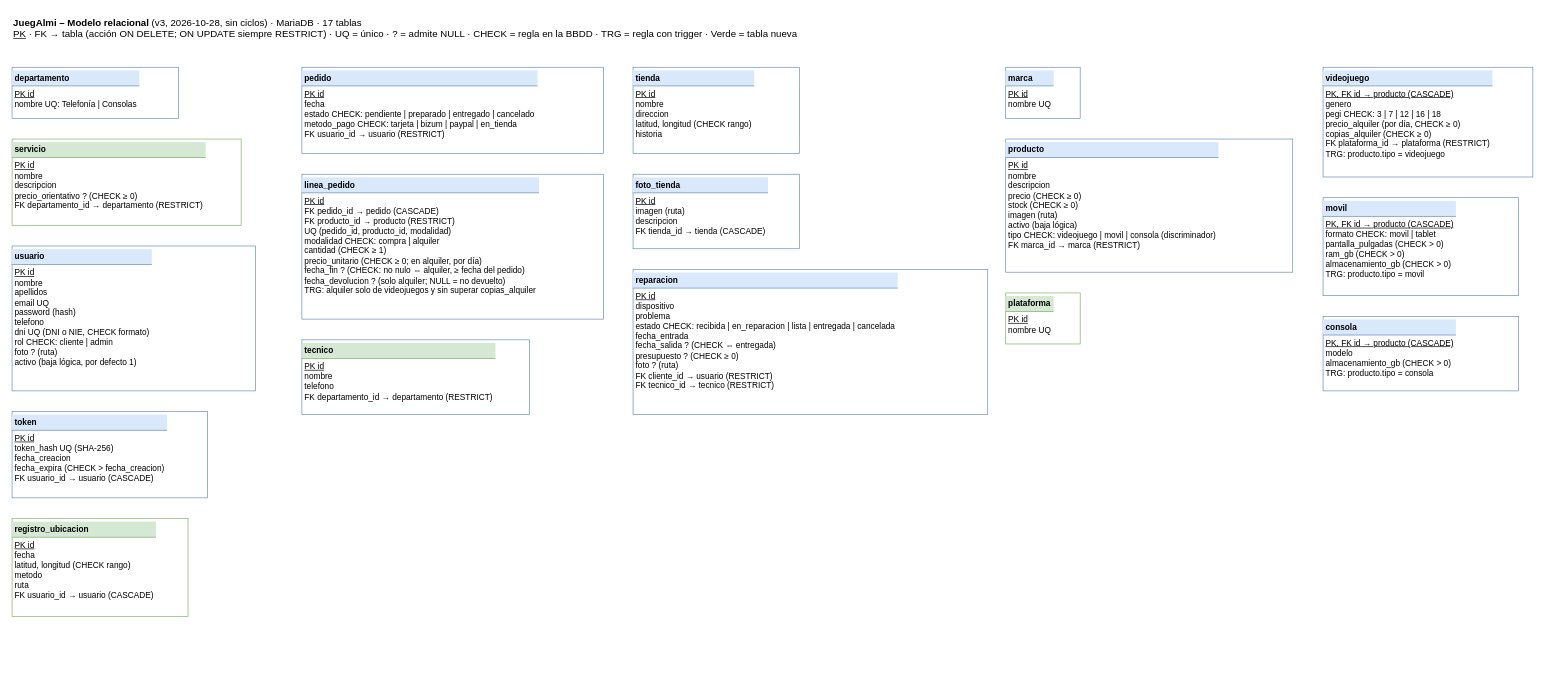
landerdam-lab/JuegalmiDam2 keeps this draw.io diagram as page "Modelo relacional" (2 of 2) of docs/er-juegalmi.drawio. Above is the earlier version. Source tidied: cells renumbered, new cells numbered last; positions are measured from the earlier drawing's top-left corner, leaving out a move shared by most shapes. Both pictures are drawn from the tidied source at 69%, with x=0, y=0 at pixel (12, 12).
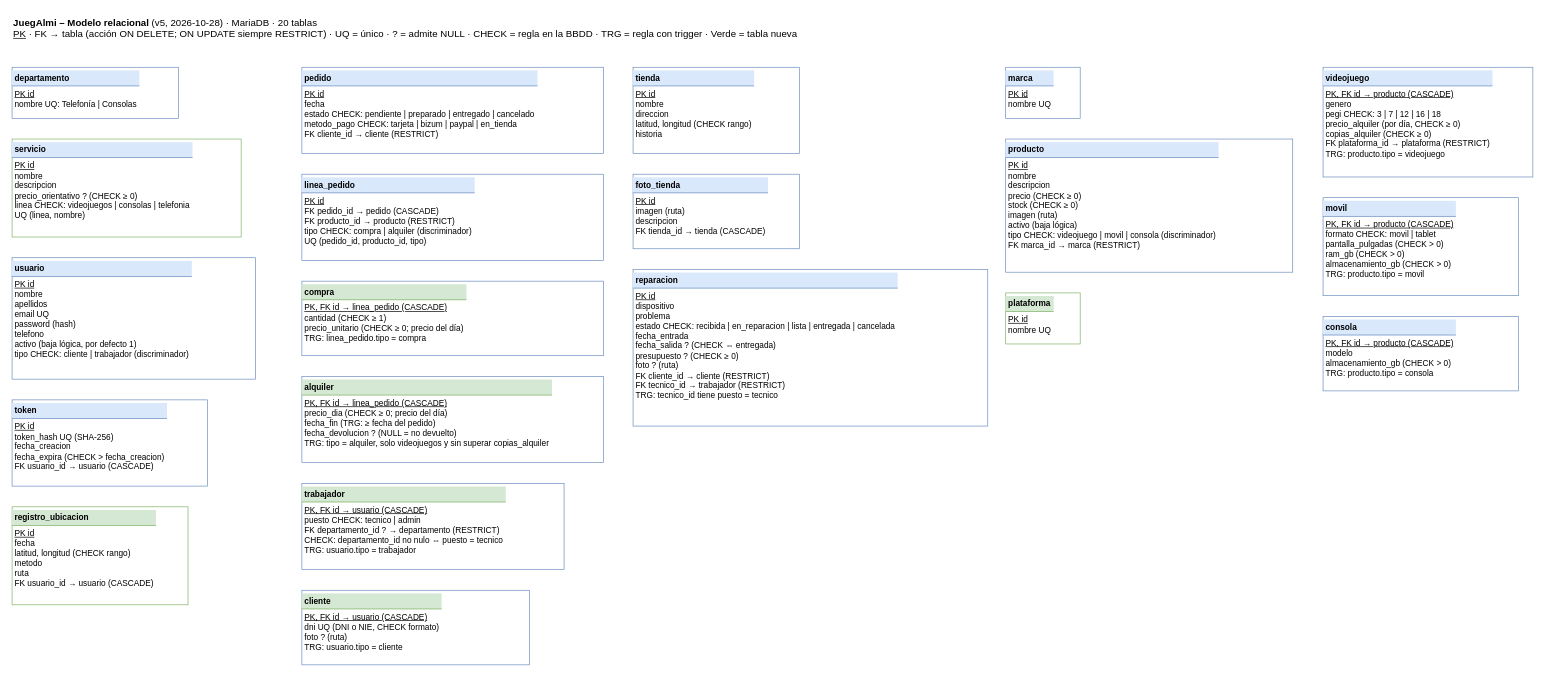
The same page after the edit.

Commit message (it also covers changes not shown here):
Modelo de datos v5: subtipos cliente/trabajador y compra/alquiler (ADR-032, ADR-033)

The edit, as a diff of the source:
```diff
@@
-    <mxCell id="2" value="&lt;b&gt;JuegAlmi – Modelo relacional&lt;/b&gt; (v3, 2026-10-28, sin ciclos) · MariaDB · 17 tablas&lt;br&gt;&lt;u&gt;PK&lt;/u&gt; · FK → tabla (acción ON DELETE; ON UPDATE siempre RESTRICT) · UQ = único · ? = admite NULL · CHECK = regla en la BBDD · TRG = regla con trigger · Verde = tabla nueva" style="text;html=1;align=left;verticalAlign=top;fontSize=14;" parent="1" vertex="1">
+    <mxCell id="2" value="&lt;b&gt;JuegAlmi – Modelo relacional&lt;/b&gt; (v5, 2026-10-28) · MariaDB · 20 tablas&lt;br&gt;&lt;u&gt;PK&lt;/u&gt; · FK → tabla (acción ON DELETE; ON UPDATE siempre RESTRICT) · UQ = único · ? = admite NULL · CHECK = regla en la BBDD · TRG = regla con trigger · Verde = tabla nueva" style="text;html=1;align=left;verticalAlign=top;fontSize=14;" parent="1" vertex="1">
       <mxGeometry width="1700" height="50" as="geometry" />
     </mxCell>
@@
-    <mxCell id="4" value="&lt;div style='background:#d5e8d4;padding:4px;font-weight:bold;border-bottom:1px solid #82b366'&gt;servicio&lt;/div&gt;&lt;div style='padding:4px'&gt;&lt;u&gt;PK id&lt;/u&gt;&lt;br&gt;nombre&lt;br&gt;descripcion&lt;br&gt;precio_orientativo ? (CHECK ≥ 0)&lt;br&gt;FK departamento_id → departamento (RESTRICT)&lt;/div&gt;" style="rounded=0;whiteSpace=wrap;html=1;align=left;verticalAlign=top;spacing=0;fontSize=12;strokeColor=#82b366;" parent="1" vertex="1">
-      <mxGeometry y="184" width="332" height="125" as="geometry" />
+    <mxCell id="4" value="&lt;div style='background:#dae8fc;padding:4px;font-weight:bold;border-bottom:1px solid #6c8ebf'&gt;servicio&lt;/div&gt;&lt;div style='padding:4px'&gt;&lt;u&gt;PK id&lt;/u&gt;&lt;br&gt;nombre&lt;br&gt;descripcion&lt;br&gt;precio_orientativo ? (CHECK ≥ 0)&lt;br&gt;linea CHECK: videojuegos | consolas | telefonia&lt;br&gt;UQ (linea, nombre)&lt;/div&gt;" style="rounded=0;whiteSpace=wrap;html=1;align=left;verticalAlign=top;spacing=0;fontSize=12;strokeColor=#82b366;" parent="1" vertex="1">
+      <mxGeometry y="184" width="332" height="142" as="geometry" />
     </mxCell>
-    <mxCell id="5" value="&lt;div style='background:#dae8fc;padding:4px;font-weight:bold;border-bottom:1px solid #6c8ebf'&gt;usuario&lt;/div&gt;&lt;div style='padding:4px'&gt;&lt;u&gt;PK id&lt;/u&gt;&lt;br&gt;nombre&lt;br&gt;apellidos&lt;br&gt;email UQ&lt;br&gt;password (hash)&lt;br&gt;telefono&lt;br&gt;dni UQ (DNI o NIE, CHECK formato)&lt;br&gt;rol CHECK: cliente | admin&lt;br&gt;foto ? (ruta)&lt;br&gt;activo (baja lógica, por defecto 1)&lt;/div&gt;" style="rounded=0;whiteSpace=wrap;html=1;align=left;verticalAlign=top;spacing=0;fontSize=12;strokeColor=#6c8ebf;" parent="1" vertex="1">
-      <mxGeometry y="339" width="353" height="210" as="geometry" />
+    <mxCell id="5" value="&lt;div style='background:#dae8fc;padding:4px;font-weight:bold;border-bottom:1px solid #6c8ebf'&gt;usuario&lt;/div&gt;&lt;div style='padding:4px'&gt;&lt;u&gt;PK id&lt;/u&gt;&lt;br&gt;nombre&lt;br&gt;apellidos&lt;br&gt;email UQ&lt;br&gt;password (hash)&lt;br&gt;telefono&lt;br&gt;activo (baja lógica, por defecto 1)&lt;br&gt;tipo CHECK: cliente | trabajador (discriminador)&lt;/div&gt;" style="rounded=0;whiteSpace=wrap;html=1;align=left;verticalAlign=top;spacing=0;fontSize=12;strokeColor=#6c8ebf;" parent="1" vertex="1">
+      <mxGeometry y="356" width="353" height="176" as="geometry" />
     </mxCell>
     <mxCell id="6" value="&lt;div style='background:#dae8fc;padding:4px;font-weight:bold;border-bottom:1px solid #6c8ebf'&gt;token&lt;/div&gt;&lt;div style='padding:4px'&gt;&lt;u&gt;PK id&lt;/u&gt;&lt;br&gt;token_hash UQ (SHA-256)&lt;br&gt;fecha_creacion&lt;br&gt;fecha_expira (CHECK &amp;gt; fecha_creacion)&lt;br&gt;FK usuario_id → usuario (CASCADE)&lt;/div&gt;" style="rounded=0;whiteSpace=wrap;html=1;align=left;verticalAlign=top;spacing=0;fontSize=12;strokeColor=#6c8ebf;" parent="1" vertex="1">
-      <mxGeometry y="579" width="283" height="125" as="geometry" />
+      <mxGeometry y="562" width="283" height="125" as="geometry" />
     </mxCell>
     <mxCell id="7" value="&lt;div style='background:#d5e8d4;padding:4px;font-weight:bold;border-bottom:1px solid #82b366'&gt;registro_ubicacion&lt;/div&gt;&lt;div style='padding:4px'&gt;&lt;u&gt;PK id&lt;/u&gt;&lt;br&gt;fecha&lt;br&gt;latitud, longitud (CHECK rango)&lt;br&gt;metodo&lt;br&gt;ruta&lt;br&gt;FK usuario_id → usuario (CASCADE)&lt;/div&gt;" style="rounded=0;whiteSpace=wrap;html=1;align=left;verticalAlign=top;spacing=0;fontSize=12;strokeColor=#82b366;" parent="1" vertex="1">
-      <mxGeometry y="734" width="255" height="142" as="geometry" />
+      <mxGeometry y="717" width="255" height="142" as="geometry" />
     </mxCell>
@@
-    <mxCell id="10" value="&lt;div style='background:#dae8fc;padding:4px;font-weight:bold;border-bottom:1px solid #6c8ebf'&gt;pedido&lt;/div&gt;&lt;div style='padding:4px'&gt;&lt;u&gt;PK id&lt;/u&gt;&lt;br&gt;fecha&lt;br&gt;estado CHECK: pendiente | preparado | entregado | cancelado&lt;br&gt;metodo_pago CHECK: tarjeta | bizum | paypal | en_tienda&lt;br&gt;FK usuario_id → usuario (RESTRICT)&lt;/div&gt;" style="rounded=0;whiteSpace=wrap;html=1;align=left;verticalAlign=top;spacing=0;fontSize=12;strokeColor=#6c8ebf;" parent="1" vertex="1">
+    <mxCell id="10" value="&lt;div style='background:#dae8fc;padding:4px;font-weight:bold;border-bottom:1px solid #6c8ebf'&gt;pedido&lt;/div&gt;&lt;div style='padding:4px'&gt;&lt;u&gt;PK id&lt;/u&gt;&lt;br&gt;fecha&lt;br&gt;estado CHECK: pendiente | preparado | entregado | cancelado&lt;br&gt;metodo_pago CHECK: tarjeta | bizum | paypal | en_tienda&lt;br&gt;FK cliente_id → cliente (RESTRICT)&lt;/div&gt;" style="rounded=0;whiteSpace=wrap;html=1;align=left;verticalAlign=top;spacing=0;fontSize=12;strokeColor=#6c8ebf;" parent="1" vertex="1">
       <mxGeometry x="420" y="80" width="437" height="125" as="geometry" />
     </mxCell>
-    <mxCell id="11" value="&lt;div style='background:#dae8fc;padding:4px;font-weight:bold;border-bottom:1px solid #6c8ebf'&gt;linea_pedido&lt;/div&gt;&lt;div style='padding:4px'&gt;&lt;u&gt;PK id&lt;/u&gt;&lt;br&gt;FK pedido_id → pedido (CASCADE)&lt;br&gt;FK producto_id → producto (RESTRICT)&lt;br&gt;UQ (pedido_id, producto_id, modalidad)&lt;br&gt;modalidad CHECK: compra | alquiler&lt;br&gt;cantidad (CHECK ≥ 1)&lt;br&gt;precio_unitario (CHECK ≥ 0; en alquiler, por día)&lt;br&gt;fecha_fin ? (CHECK: no nulo ⇔ alquiler, ≥ fecha del pedido)&lt;br&gt;fecha_devolucion ? (solo alquiler; NULL = no devuelto)&lt;br&gt;TRG: alquiler solo de videojuegos y sin superar copias_alquiler&lt;/div&gt;" style="rounded=0;whiteSpace=wrap;html=1;align=left;verticalAlign=top;spacing=0;fontSize=12;strokeColor=#6c8ebf;" parent="1" vertex="1">
-      <mxGeometry x="420" y="235" width="437" height="210" as="geometry" />
+    <mxCell id="11" value="&lt;div style='background:#dae8fc;padding:4px;font-weight:bold;border-bottom:1px solid #6c8ebf'&gt;linea_pedido&lt;/div&gt;&lt;div style='padding:4px'&gt;&lt;u&gt;PK id&lt;/u&gt;&lt;br&gt;FK pedido_id → pedido (CASCADE)&lt;br&gt;FK producto_id → producto (RESTRICT)&lt;br&gt;tipo CHECK: compra | alquiler (discriminador)&lt;br&gt;UQ (pedido_id, producto_id, tipo)&lt;/div&gt;" style="rounded=0;whiteSpace=wrap;html=1;align=left;verticalAlign=top;spacing=0;fontSize=12;strokeColor=#6c8ebf;" parent="1" vertex="1">
+      <mxGeometry x="420" y="235" width="437" height="125" as="geometry" />
     </mxCell>
-    <mxCell id="12" value="&lt;div style='background:#d5e8d4;padding:4px;font-weight:bold;border-bottom:1px solid #82b366'&gt;tecnico&lt;/div&gt;&lt;div style='padding:4px'&gt;&lt;u&gt;PK id&lt;/u&gt;&lt;br&gt;nombre&lt;br&gt;telefono&lt;br&gt;FK departamento_id → departamento (RESTRICT)&lt;/div&gt;" style="rounded=0;whiteSpace=wrap;html=1;align=left;verticalAlign=top;spacing=0;fontSize=12;strokeColor=#6c8ebf;" parent="1" vertex="1">
-      <mxGeometry x="420" y="475" width="330" height="108" as="geometry" />
+    <mxCell id="12" value="&lt;div style='background:#d5e8d4;padding:4px;font-weight:bold;border-bottom:1px solid #82b366'&gt;trabajador&lt;/div&gt;&lt;div style='padding:4px'&gt;&lt;u&gt;PK, FK id → usuario (CASCADE)&lt;/u&gt;&lt;br&gt;puesto CHECK: tecnico | admin&lt;br&gt;FK departamento_id ? → departamento (RESTRICT)&lt;br&gt;CHECK: departamento_id no nulo ⇔ puesto = tecnico&lt;br&gt;TRG: usuario.tipo = trabajador&lt;/div&gt;" style="rounded=0;whiteSpace=wrap;html=1;align=left;verticalAlign=top;spacing=0;fontSize=12;strokeColor=#6c8ebf;" parent="1" vertex="1">
+      <mxGeometry x="420" y="683" width="380" height="125" as="geometry" />
     </mxCell>
-    <mxCell id="13" value="&lt;div style='background:#dae8fc;padding:4px;font-weight:bold;border-bottom:1px solid #6c8ebf'&gt;reparacion&lt;/div&gt;&lt;div style='padding:4px'&gt;&lt;u&gt;PK id&lt;/u&gt;&lt;br&gt;dispositivo&lt;br&gt;problema&lt;br&gt;estado CHECK: recibida | en_reparacion | lista | entregada | cancelada&lt;br&gt;fecha_entrada&lt;br&gt;fecha_salida ? (CHECK ⇔ entregada)&lt;br&gt;presupuesto ? (CHECK ≥ 0)&lt;br&gt;foto ? (ruta)&lt;br&gt;FK cliente_id → usuario (RESTRICT)&lt;br&gt;FK tecnico_id → tecnico (RESTRICT)&lt;/div&gt;" style="rounded=0;whiteSpace=wrap;html=1;align=left;verticalAlign=top;spacing=0;fontSize=12;strokeColor=#6c8ebf;" parent="1" vertex="1">
-      <mxGeometry x="900" y="373" width="514" height="210" as="geometry" />
+    <mxCell id="13" value="&lt;div style='background:#dae8fc;padding:4px;font-weight:bold;border-bottom:1px solid #6c8ebf'&gt;reparacion&lt;/div&gt;&lt;div style='padding:4px'&gt;&lt;u&gt;PK id&lt;/u&gt;&lt;br&gt;dispositivo&lt;br&gt;problema&lt;br&gt;estado CHECK: recibida | en_reparacion | lista | entregada | cancelada&lt;br&gt;fecha_entrada&lt;br&gt;fecha_salida ? (CHECK ⇔ entregada)&lt;br&gt;presupuesto ? (CHECK ≥ 0)&lt;br&gt;foto ? (ruta)&lt;br&gt;FK cliente_id → cliente (RESTRICT)&lt;br&gt;FK tecnico_id → trabajador (RESTRICT)&lt;br&gt;TRG: tecnico_id tiene puesto = tecnico&lt;/div&gt;" style="rounded=0;whiteSpace=wrap;html=1;align=left;verticalAlign=top;spacing=0;fontSize=12;strokeColor=#6c8ebf;" parent="1" vertex="1">
+      <mxGeometry x="900" y="373" width="514" height="227" as="geometry" />
     </mxCell>
@@
+    <mxCell id="20" value="&lt;div style='background:#d5e8d4;padding:4px;font-weight:bold;border-bottom:1px solid #82b366'&gt;cliente&lt;/div&gt;&lt;div style='padding:4px'&gt;&lt;u&gt;PK, FK id → usuario (CASCADE)&lt;/u&gt;&lt;br&gt;dni UQ (DNI o NIE, CHECK formato)&lt;br&gt;foto ? (ruta)&lt;br&gt;TRG: usuario.tipo = cliente&lt;/div&gt;" style="rounded=0;whiteSpace=wrap;html=1;align=left;verticalAlign=top;spacing=0;fontSize=12;strokeColor=#6c8ebf;" parent="1" vertex="1">
+      <mxGeometry x="420" y="838" width="330" height="108" as="geometry" />
+    </mxCell>
+    <mxCell id="21" value="&lt;div style='background:#d5e8d4;padding:4px;font-weight:bold;border-bottom:1px solid #82b366'&gt;compra&lt;/div&gt;&lt;div style='padding:4px'&gt;&lt;u&gt;PK, FK id → linea_pedido (CASCADE)&lt;/u&gt;&lt;br&gt;cantidad (CHECK ≥ 1)&lt;br&gt;precio_unitario (CHECK ≥ 0; precio del día)&lt;br&gt;TRG: linea_pedido.tipo = compra&lt;/div&gt;" style="rounded=0;whiteSpace=wrap;html=1;align=left;verticalAlign=top;spacing=0;fontSize=12;strokeColor=#6c8ebf;" parent="1" vertex="1">
+      <mxGeometry x="420" y="390" width="437" height="108" as="geometry" />
+    </mxCell>
+    <mxCell id="22" value="&lt;div style='background:#d5e8d4;padding:4px;font-weight:bold;border-bottom:1px solid #82b366'&gt;alquiler&lt;/div&gt;&lt;div style='padding:4px'&gt;&lt;u&gt;PK, FK id → linea_pedido (CASCADE)&lt;/u&gt;&lt;br&gt;precio_dia (CHECK ≥ 0; precio del día)&lt;br&gt;fecha_fin (TRG: ≥ fecha del pedido)&lt;br&gt;fecha_devolucion ? (NULL = no devuelto)&lt;br&gt;TRG: tipo = alquiler, solo videojuegos y sin superar copias_alquiler&lt;/div&gt;" style="rounded=0;whiteSpace=wrap;html=1;align=left;verticalAlign=top;spacing=0;fontSize=12;strokeColor=#6c8ebf;" parent="1" vertex="1">
+      <mxGeometry x="420" y="528" width="437" height="125" as="geometry" />
+    </mxCell>
```
